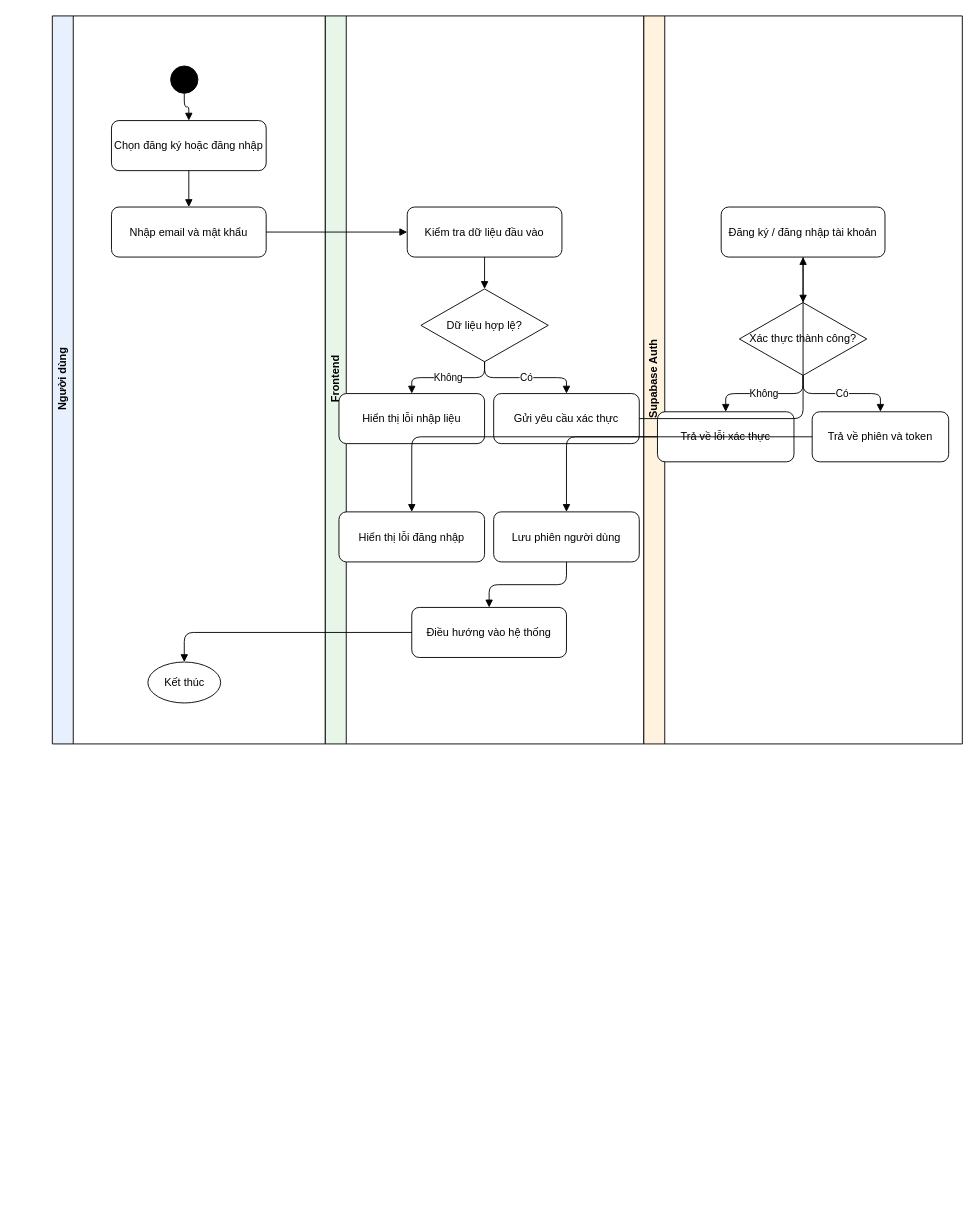
The draw.io diagram docs/diagrams/drawio/ch3_activity_auth.drawio in PhucTruong-ctrl/vn-traffic-law-RAG, before the edit. Source tidied: cells renumbered, new cells numbered last; positions are measured from the earlier drawing's top-left corner, leaving out a move shared by most shapes. Both pictures are drawn from the tidied source at 91%, with x=0, y=0 at pixel (52, 15).
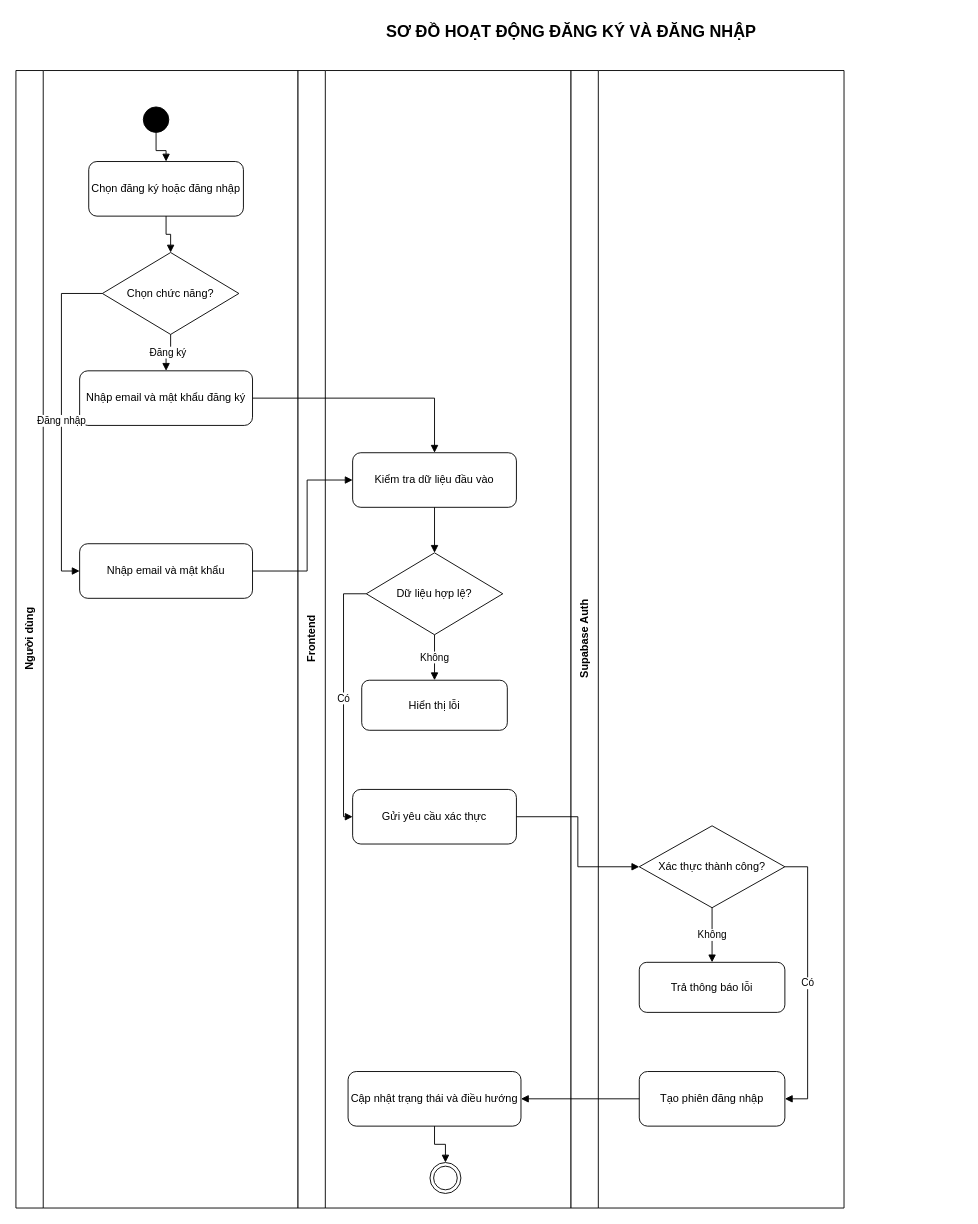
After the change.

Change to the diagram source:
```diff
@@
+    <mxCell id="34" value="SƠ ĐỒ HOẠT ĐỘNG ĐĂNG KÝ VÀ ĐĂNG NHẬP" style="text;html=1;strokeColor=none;fillColor=none;align=center;verticalAlign=middle;fontStyle=1;fontSize=18;" parent="1" vertex="1">
+      <mxGeometry x="220" width="700" height="36" as="geometry" />
+    </mxCell>
-    <mxCell id="2" value="Người dùng" style="swimlane;horizontal=0;html=1;fillColor=#e8f0fe;fontStyle=1;" parent="1" vertex="1">
-      <mxGeometry width="300" height="800" as="geometry" />
+    <mxCell id="2" value="Người dùng" style="swimlane;html=1;horizontal=0;startSize=30;fillColor=#ffffff;strokeColor=#000000;fontStyle=1;" parent="1" vertex="1">
+      <mxGeometry x="-40" y="60" width="310" height="1250" as="geometry" />
     </mxCell>
+    <mxCell id="7" value="Nhập email và mật khẩu" style="rounded=1;whiteSpace=wrap;html=1;fillColor=#ffffff;strokeColor=#000000;" parent="2" vertex="1">
+      <mxGeometry x="70" y="520" width="190" height="60" as="geometry" />
+    </mxCell>
+    <mxCell id="35" value="Nhập email và mật khẩu đăng ký" style="rounded=1;whiteSpace=wrap;html=1;fillColor=#ffffff;strokeColor=#000000;" parent="2" vertex="1">
+      <mxGeometry x="70" y="330" width="190" height="60" as="geometry" />
+    </mxCell>
+    <mxCell id="36" value="Chọn chức năng?" style="rhombus;whiteSpace=wrap;html=1;fillColor=#ffffff;strokeColor=#000000;" parent="2" vertex="1">
+      <mxGeometry x="95" y="200" width="150" height="90" as="geometry" />
+    </mxCell>
+    <mxCell id="6" value="Chọn đăng ký hoặc đăng nhập" style="rounded=1;whiteSpace=wrap;html=1;fillColor=#ffffff;strokeColor=#000000;" parent="2" vertex="1">
+      <mxGeometry x="80" y="100" width="170" height="60" as="geometry" />
+    </mxCell>
+    <mxCell id="37" style="ellipse;html=1;fillColor=#000000;strokeColor=#000000;" parent="2" vertex="1">
+      <mxGeometry x="140" y="40" width="28" height="28" as="geometry" />
+    </mxCell>
+    <mxCell id="22" value="Đăng ký" style="edgeStyle=orthogonalEdgeStyle;rounded=0;jettySize=auto;html=1;endArrow=block;endFill=1;" parent="2" edge="1" source="36" target="35">
+      <mxGeometry relative="1" as="geometry" />
+    </mxCell>
+    <mxCell id="23" value="Đăng nhập" style="edgeStyle=orthogonalEdgeStyle;rounded=0;jettySize=auto;html=1;endArrow=block;endFill=1;" parent="2" edge="1" source="36" target="7">
+      <mxGeometry relative="1" as="geometry">
+        <Array as="points">
+          <mxPoint x="50" y="245" />
+          <mxPoint x="50" y="550" />
+        </Array>
+      </mxGeometry>
+    </mxCell>
+    <mxCell id="21" style="edgeStyle=orthogonalEdgeStyle;rounded=0;jettySize=auto;html=1;endArrow=block;endFill=1;" parent="2" edge="1" source="6" target="36">
+      <mxGeometry relative="1" as="geometry" />
+    </mxCell>
+    <mxCell id="20" style="edgeStyle=orthogonalEdgeStyle;rounded=0;jettySize=auto;html=1;endArrow=block;endFill=1;" parent="2" edge="1" source="37" target="6">
+      <mxGeometry relative="1" as="geometry" />
+    </mxCell>
-    <mxCell id="3" value="Frontend" style="swimlane;horizontal=0;html=1;fillColor=#e8f5e9;fontStyle=1;" parent="1" vertex="1">
-      <mxGeometry x="300" width="350" height="800" as="geometry" />
+    <mxCell id="3" value="Frontend" style="swimlane;html=1;horizontal=0;startSize=30;fillColor=#ffffff;strokeColor=#000000;fontStyle=1;" parent="1" vertex="1">
+      <mxGeometry x="270" y="60" width="300" height="1250" as="geometry" />
     </mxCell>
-    <mxCell id="4" value="Supabase Auth" style="swimlane;horizontal=0;html=1;fillColor=#fff3e0;fontStyle=1;" parent="1" vertex="1">
-      <mxGeometry x="650" width="350" height="800" as="geometry" />
+    <mxCell id="4" value="Supabase Auth" style="swimlane;html=1;horizontal=0;startSize=30;fillColor=#ffffff;strokeColor=#000000;fontStyle=1;" parent="1" vertex="1">
+      <mxGeometry x="570" y="60" width="300" height="1250" as="geometry" />
     </mxCell>
-    <mxCell id="5" style="ellipse;html=1;fillColor=#000000;" parent="2" vertex="1">
-      <mxGeometry x="130" y="55" width="30" height="30" as="geometry" />
-    </mxCell>
-    <mxCell id="6" value="Chọn đăng ký hoặc đăng nhập" style="rounded=1;whiteSpace=wrap;html=1;" parent="2" vertex="1">
-      <mxGeometry x="65" y="115" width="170" height="55" as="geometry" />
-    </mxCell>
-    <mxCell id="7" value="Nhập email và mật khẩu" style="rounded=1;whiteSpace=wrap;html=1;" parent="2" vertex="1">
-      <mxGeometry x="65" y="210" width="170" height="55" as="geometry" />
-    </mxCell>
-    <mxCell id="8" value="Kiểm tra dữ liệu đầu vào" style="rounded=1;whiteSpace=wrap;html=1;" parent="3" vertex="1">
-      <mxGeometry x="90" y="210" width="170" height="55" as="geometry" />
+    <mxCell id="8" value="Kiểm tra dữ liệu đầu vào" style="rounded=1;whiteSpace=wrap;html=1;fillColor=#ffffff;strokeColor=#000000;" parent="1" vertex="1">
+      <mxGeometry x="330" y="480" width="180" height="60" as="geometry" />
     </mxCell>
-    <mxCell id="9" value="Dữ liệu hợp lệ?" style="rhombus;whiteSpace=wrap;html=1;" parent="3" vertex="1">
-      <mxGeometry x="105" y="300" width="140" height="80" as="geometry" />
+    <mxCell id="9" value="Dữ liệu hợp lệ?" style="rhombus;whiteSpace=wrap;html=1;fillColor=#ffffff;strokeColor=#000000;" parent="1" vertex="1">
+      <mxGeometry x="345" y="590" width="150" height="90" as="geometry" />
     </mxCell>
-    <mxCell id="10" value="Hiển thị lỗi nhập liệu" style="rounded=1;whiteSpace=wrap;html=1;" parent="3" vertex="1">
-      <mxGeometry x="15" y="415" width="160" height="55" as="geometry" />
-    </mxCell>
+    <mxCell id="38" value="Hiển thị lỗi" style="rounded=1;whiteSpace=wrap;html=1;fillColor=#ffffff;strokeColor=#000000;" parent="1" vertex="1">
+      <mxGeometry x="340" y="730" width="160" height="55" as="geometry" />
+    </mxCell>
-    <mxCell id="11" value="Gửi yêu cầu xác thực" style="rounded=1;whiteSpace=wrap;html=1;" parent="3" vertex="1">
-      <mxGeometry x="185" y="415" width="160" height="55" as="geometry" />
+    <mxCell id="11" value="Gửi yêu cầu xác thực" style="rounded=1;whiteSpace=wrap;html=1;fillColor=#ffffff;strokeColor=#000000;" parent="1" vertex="1">
+      <mxGeometry x="330" y="850" width="180" height="60" as="geometry" />
     </mxCell>
-    <mxCell id="12" value="Đăng ký / đăng nhập tài khoản" style="rounded=1;whiteSpace=wrap;html=1;" parent="4" vertex="1">
-      <mxGeometry x="85" y="210" width="180" height="55" as="geometry" />
-    </mxCell>
-    <mxCell id="13" value="Xác thực thành công?" style="rhombus;whiteSpace=wrap;html=1;" parent="4" vertex="1">
-      <mxGeometry x="105" y="315" width="140" height="80" as="geometry" />
+    <mxCell id="13" value="Xác thực thành công?" style="rhombus;whiteSpace=wrap;html=1;fillColor=#ffffff;strokeColor=#000000;" parent="1" vertex="1">
+      <mxGeometry x="645" y="890" width="160" height="90" as="geometry" />
     </mxCell>
-    <mxCell id="14" value="Trả về lỗi xác thực" style="rounded=1;whiteSpace=wrap;html=1;" parent="4" vertex="1">
-      <mxGeometry x="15" y="435" width="150" height="55" as="geometry" />
-    </mxCell>
+    <mxCell id="39" value="Trả thông báo lỗi" style="rounded=1;whiteSpace=wrap;html=1;fillColor=#ffffff;strokeColor=#000000;" parent="1" vertex="1">
+      <mxGeometry x="645" y="1040" width="160" height="55" as="geometry" />
+    </mxCell>
-    <mxCell id="15" value="Trả về phiên và token" style="rounded=1;whiteSpace=wrap;html=1;" parent="4" vertex="1">
-      <mxGeometry x="185" y="435" width="150" height="55" as="geometry" />
+    <mxCell id="15" value="Tạo phiên đăng nhập" style="rounded=1;whiteSpace=wrap;html=1;fillColor=#ffffff;strokeColor=#000000;" parent="1" vertex="1">
+      <mxGeometry x="645" y="1160" width="160" height="60" as="geometry" />
     </mxCell>
-    <mxCell id="16" value="Hiển thị lỗi đăng nhập" style="rounded=1;whiteSpace=wrap;html=1;" parent="3" vertex="1">
-      <mxGeometry x="15" y="545" width="160" height="55" as="geometry" />
-    </mxCell>
-    <mxCell id="17" value="Lưu phiên người dùng" style="rounded=1;whiteSpace=wrap;html=1;" parent="3" vertex="1">
-      <mxGeometry x="185" y="545" width="160" height="55" as="geometry" />
-    </mxCell>
-    <mxCell id="18" value="Điều hướng vào hệ thống" style="rounded=1;whiteSpace=wrap;html=1;" parent="3" vertex="1">
-      <mxGeometry x="95" y="650" width="170" height="55" as="geometry" />
-    </mxCell>
-    <mxCell id="19" value="Kết thúc" style="ellipse;html=1;" parent="2" vertex="1">
-      <mxGeometry x="105" y="710" width="80" height="45" as="geometry" />
-    </mxCell>
-    <mxCell id="20" style="edgeStyle=orthogonalEdgeStyle;endArrow=block;html=1;" parent="1" edge="1" source="5" target="6">
-      <mxGeometry relative="1" as="geometry" />
-    </mxCell>
-    <mxCell id="21" style="edgeStyle=orthogonalEdgeStyle;endArrow=block;html=1;" parent="1" edge="1" source="6" target="7">
-      <mxGeometry relative="1" as="geometry" />
-    </mxCell>
-    <mxCell id="22" style="edgeStyle=orthogonalEdgeStyle;endArrow=block;html=1;" parent="1" edge="1" source="7" target="8">
-      <mxGeometry relative="1" as="geometry" />
-    </mxCell>
-    <mxCell id="23" style="edgeStyle=orthogonalEdgeStyle;endArrow=block;html=1;" parent="1" edge="1" source="8" target="9">
-      <mxGeometry relative="1" as="geometry" />
-    </mxCell>
+    <mxCell id="40" value="Cập nhật trạng thái và điều hướng" style="rounded=1;whiteSpace=wrap;html=1;fillColor=#ffffff;strokeColor=#000000;" parent="1" vertex="1">
+      <mxGeometry x="325" y="1160" width="190" height="60" as="geometry" />
+    </mxCell>
+    <mxCell id="41" style="ellipse;html=1;shape=doubleEllipse;fillColor=#ffffff;strokeColor=#000000;" parent="1" vertex="1">
+      <mxGeometry x="415" y="1260" width="34" height="34" as="geometry" />
+    </mxCell>
-    <mxCell id="24" value="Không" style="edgeStyle=orthogonalEdgeStyle;endArrow=block;html=1;" parent="1" edge="1" source="9" target="10">
+    <mxCell id="24" style="edgeStyle=orthogonalEdgeStyle;rounded=0;jettySize=auto;html=1;endArrow=block;endFill=1;" parent="1" edge="1" source="35" target="8">
       <mxGeometry relative="1" as="geometry" />
     </mxCell>
-    <mxCell id="25" value="Có" style="edgeStyle=orthogonalEdgeStyle;endArrow=block;html=1;" parent="1" edge="1" source="9" target="11">
-      <mxGeometry relative="1" as="geometry" />
+    <mxCell id="25" style="edgeStyle=orthogonalEdgeStyle;rounded=0;jettySize=auto;html=1;endArrow=block;endFill=1;" parent="1" edge="1" source="7" target="8">
+      <mxGeometry relative="1" as="geometry">
+        <Array as="points">
+          <mxPoint x="280" y="610" />
+          <mxPoint x="280" y="510" />
+        </Array>
+      </mxGeometry>
     </mxCell>
-    <mxCell id="26" style="edgeStyle=orthogonalEdgeStyle;endArrow=block;html=1;" parent="1" edge="1" source="11" target="12">
+    <mxCell id="26" style="edgeStyle=orthogonalEdgeStyle;rounded=0;jettySize=auto;html=1;endArrow=block;endFill=1;" parent="1" edge="1" source="8" target="9">
       <mxGeometry relative="1" as="geometry" />
     </mxCell>
-    <mxCell id="27" style="edgeStyle=orthogonalEdgeStyle;endArrow=block;html=1;" parent="1" edge="1" source="12" target="13">
+    <mxCell id="27" value="Không" style="edgeStyle=orthogonalEdgeStyle;rounded=0;jettySize=auto;html=1;endArrow=block;endFill=1;" parent="1" edge="1" source="9" target="38">
       <mxGeometry relative="1" as="geometry" />
     </mxCell>
-    <mxCell id="28" value="Không" style="edgeStyle=orthogonalEdgeStyle;endArrow=block;html=1;" parent="1" edge="1" source="13" target="14">
-      <mxGeometry relative="1" as="geometry" />
+    <mxCell id="28" value="Có" style="edgeStyle=orthogonalEdgeStyle;rounded=0;jettySize=auto;html=1;endArrow=block;endFill=1;" parent="1" edge="1" source="9" target="11">
+      <mxGeometry relative="1" as="geometry">
+        <Array as="points">
+          <mxPoint x="320" y="635" />
+          <mxPoint x="320" y="880" />
+        </Array>
+      </mxGeometry>
     </mxCell>
-    <mxCell id="29" value="Có" style="edgeStyle=orthogonalEdgeStyle;endArrow=block;html=1;" parent="1" edge="1" source="13" target="15">
+    <mxCell id="29" style="edgeStyle=orthogonalEdgeStyle;rounded=0;jettySize=auto;html=1;endArrow=block;endFill=1;" parent="1" edge="1" source="11" target="13">
       <mxGeometry relative="1" as="geometry" />
     </mxCell>
-    <mxCell id="30" style="edgeStyle=orthogonalEdgeStyle;endArrow=block;html=1;" parent="1" edge="1" source="14" target="16">
+    <mxCell id="30" value="Không" style="edgeStyle=orthogonalEdgeStyle;rounded=0;jettySize=auto;html=1;endArrow=block;endFill=1;" parent="1" edge="1" source="13" target="39">
       <mxGeometry relative="1" as="geometry" />
     </mxCell>
-    <mxCell id="31" style="edgeStyle=orthogonalEdgeStyle;endArrow=block;html=1;" parent="1" edge="1" source="15" target="17">
-      <mxGeometry relative="1" as="geometry" />
+    <mxCell id="31" value="Có" style="edgeStyle=orthogonalEdgeStyle;rounded=0;jettySize=auto;html=1;endArrow=block;endFill=1;" parent="1" edge="1" source="13" target="15">
+      <mxGeometry relative="1" as="geometry">
+        <Array as="points">
+          <mxPoint x="830" y="935" />
+          <mxPoint x="830" y="1190" />
+        </Array>
+      </mxGeometry>
     </mxCell>
-    <mxCell id="32" style="edgeStyle=orthogonalEdgeStyle;endArrow=block;html=1;" parent="1" edge="1" source="17" target="18">
+    <mxCell id="32" style="edgeStyle=orthogonalEdgeStyle;rounded=0;jettySize=auto;html=1;endArrow=block;endFill=1;" parent="1" edge="1" source="15" target="40">
       <mxGeometry relative="1" as="geometry" />
     </mxCell>
-    <mxCell id="33" style="edgeStyle=orthogonalEdgeStyle;endArrow=block;html=1;" parent="1" edge="1" source="18" target="19">
+    <mxCell id="33" style="edgeStyle=orthogonalEdgeStyle;rounded=0;jettySize=auto;html=1;endArrow=block;endFill=1;" parent="1" edge="1" source="40" target="41">
       <mxGeometry relative="1" as="geometry" />
     </mxCell>
```
